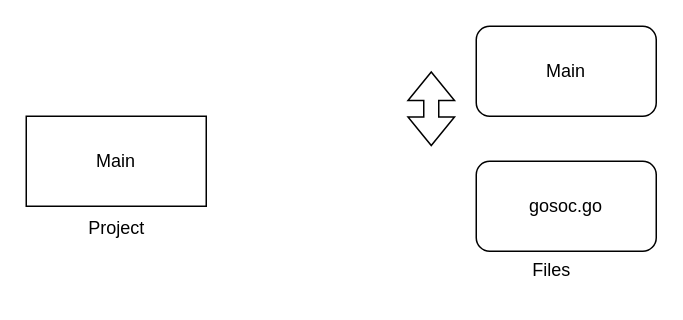
Before: FunctionalMap.drawio in n0hats/golearn, a draw.io diagram. Source tidied: cells renumbered, new cells numbered last; positions are measured from the earlier drawing's top-left corner, leaving out a move shared by most shapes. Both pictures are drawn from the tidied source at 150%, with x=0, y=0 at pixel (26, 26).
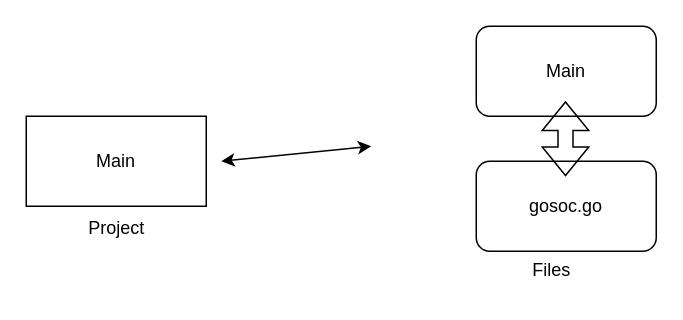
The same page after the edit.

What changed in the source:
```diff
@@
 <mxGraphModel>
   <root>
     <mxCell id="0" />
     <mxCell id="1" parent="0" />
     <mxCell id="2" value="Main" style="rounded=0;whiteSpace=wrap;html=1;" parent="1" vertex="1">
       <mxGeometry y="60" width="120" height="60" as="geometry" />
     </mxCell>
     <mxCell id="3" value="Project" style="text;html=1;align=center;verticalAlign=middle;strokeColor=none;fillColor=none;" parent="1" vertex="1">
       <mxGeometry x="30" y="120" width="60" height="30" as="geometry" />
     </mxCell>
     <mxCell id="4" value="Main" style="rounded=1;whiteSpace=wrap;html=1;" parent="1" vertex="1">
       <mxGeometry x="300" width="120" height="60" as="geometry" />
     </mxCell>
     <mxCell id="5" value="Files&lt;br&gt;" style="text;html=1;align=center;verticalAlign=middle;strokeColor=none;fillColor=none;" parent="1" vertex="1">
       <mxGeometry x="325" y="148" width="50" height="30" as="geometry" />
     </mxCell>
     <mxCell id="6" value="gosoc.go" style="rounded=1;whiteSpace=wrap;html=1;" parent="1" vertex="1">
       <mxGeometry x="300" y="90" width="120" height="60" as="geometry" />
     </mxCell>
     <mxCell id="7" style="shape=flexArrow;endArrow=classic;startArrow=classic;html=1;rounded=0;" parent="1" edge="1">
       <mxGeometry relative="1" as="geometry">
-        <mxPoint x="270" y="80" as="sourcePoint" />
-        <mxPoint x="270" y="30" as="targetPoint" />
+        <mxPoint x="359.5" y="100" as="sourcePoint" />
+        <mxPoint x="359.5" y="50" as="targetPoint" />
       </mxGeometry>
     </mxCell>
+    <mxCell id="8" style="endArrow=classic;startArrow=classic;html=1;rounded=0;" parent="1" edge="1">
+      <mxGeometry relative="1" as="geometry">
+        <mxPoint x="130" y="90" as="sourcePoint" />
+        <mxPoint x="230" y="80" as="targetPoint" />
+      </mxGeometry>
+    </mxCell>
   </root>
 </mxGraphModel>
```
